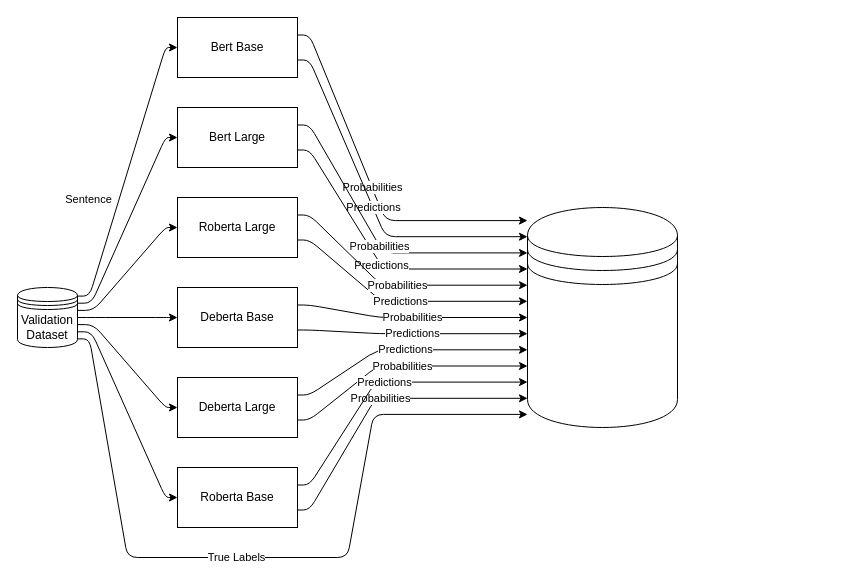
Earlier version of the draw.io diagram diagrams/models.drawio (diegodimer/valueeval24). Source tidied: cells renumbered, new cells numbered last; positions are measured from the earlier drawing's top-left corner, leaving out a move shared by most shapes. Both pictures are drawn from the tidied source at 100%, with x=0, y=0 at pixel (17, 17).
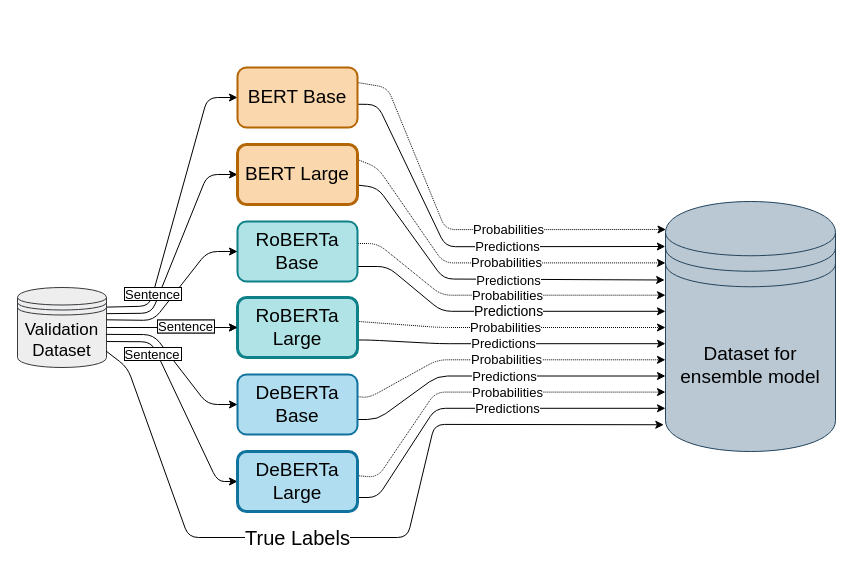
Above is the later version.

Change to the diagram source:
```diff
@@
-    <mxCell id="2" value="Probabilities" style="edgeStyle=none;html=1;noEdgeStyle=1;orthogonal=1;" parent="1" edge="1" source="4" target="29">
-      <mxGeometry relative="1" as="geometry">
-        <Array as="points">
-          <mxPoint x="292" y="17.5" />
-          <mxPoint x="368" y="203.1" />
-        </Array>
-      </mxGeometry>
-    </mxCell>
-    <mxCell id="3" value="Predictions" style="edgeStyle=none;html=1;noEdgeStyle=1;orthogonal=1;" parent="1" edge="1" source="4" target="29">
-      <mxGeometry relative="1" as="geometry">
-        <Array as="points">
-          <mxPoint x="292" y="42.5" />
-          <mxPoint x="368" y="219.2" />
-        </Array>
-      </mxGeometry>
-    </mxCell>
-    <mxCell id="4" value="Bert Base" style="rounded=0;whiteSpace=wrap;html=1;" parent="1" vertex="1">
-      <mxGeometry x="160" width="120" height="60" as="geometry" />
-    </mxCell>
-    <mxCell id="5" value="Bert Large" style="rounded=0;whiteSpace=wrap;html=1;" parent="1" vertex="1">
-      <mxGeometry x="160" y="90" width="120" height="60" as="geometry" />
-    </mxCell>
-    <mxCell id="6" value="Roberta Base" style="rounded=0;whiteSpace=wrap;html=1;" parent="1" vertex="1">
-      <mxGeometry x="160" y="450" width="120" height="60" as="geometry" />
-    </mxCell>
-    <mxCell id="7" value="Roberta Large" style="rounded=0;whiteSpace=wrap;html=1;" parent="1" vertex="1">
-      <mxGeometry x="160" y="180" width="120" height="60" as="geometry" />
-    </mxCell>
-    <mxCell id="8" value="Deberta Base" style="rounded=0;whiteSpace=wrap;html=1;" parent="1" vertex="1">
-      <mxGeometry x="160" y="270" width="120" height="60" as="geometry" />
-    </mxCell>
-    <mxCell id="9" value="Deberta Large" style="rounded=0;whiteSpace=wrap;html=1;" parent="1" vertex="1">
-      <mxGeometry x="160" y="360" width="120" height="60" as="geometry" />
-    </mxCell>
-    <mxCell id="10" style="edgeStyle=none;html=1;noEdgeStyle=1;orthogonal=1;" parent="1" edge="1" source="18" target="4">
-      <mxGeometry relative="1" as="geometry">
-        <Array as="points">
-          <mxPoint x="72" y="278.6" />
-          <mxPoint x="148" y="30" />
-        </Array>
-      </mxGeometry>
-    </mxCell>
-    <mxCell id="11" value="Sentence" style="edgeLabel;html=1;align=center;verticalAlign=middle;" parent="10" vertex="1">
-      <mxGeometry x="-0.88" y="2" relative="1" as="geometry">
-        <mxPoint x="-1" y="-92" as="offset" />
-      </mxGeometry>
-    </mxCell>
-    <mxCell id="12" style="edgeStyle=none;html=1;noEdgeStyle=1;orthogonal=1;" parent="1" edge="1" source="18" target="5">
-      <mxGeometry relative="1" as="geometry">
-        <Array as="points">
-          <mxPoint x="74" y="285.7" />
-          <mxPoint x="148" y="120" />
-        </Array>
-      </mxGeometry>
-    </mxCell>
-    <mxCell id="13" style="edgeStyle=none;html=1;noEdgeStyle=1;orthogonal=1;" parent="1" edge="1" source="18" target="6">
-      <mxGeometry relative="1" as="geometry">
-        <Array as="points">
-          <mxPoint x="74" y="314.3" />
-          <mxPoint x="148" y="480" />
-        </Array>
-      </mxGeometry>
-    </mxCell>
-    <mxCell id="14" style="edgeStyle=none;html=1;noEdgeStyle=1;orthogonal=1;" parent="1" edge="1" source="18" target="7">
-      <mxGeometry relative="1" as="geometry">
-        <Array as="points">
-          <mxPoint x="76" y="292.9" />
-          <mxPoint x="148" y="210" />
-        </Array>
-      </mxGeometry>
-    </mxCell>
-    <mxCell id="15" style="edgeStyle=none;html=1;noEdgeStyle=1;orthogonal=1;" parent="1" edge="1" source="18" target="8">
-      <mxGeometry relative="1" as="geometry">
-        <Array as="points">
-          <mxPoint x="78" y="300" />
-          <mxPoint x="148" y="300" />
-        </Array>
-      </mxGeometry>
-    </mxCell>
-    <mxCell id="16" style="edgeStyle=none;html=1;noEdgeStyle=1;orthogonal=1;" parent="1" edge="1" source="18" target="9">
-      <mxGeometry relative="1" as="geometry">
-        <Array as="points">
-          <mxPoint x="76" y="307.1" />
-          <mxPoint x="148" y="390" />
-        </Array>
-      </mxGeometry>
-    </mxCell>
+    <mxCell id="30" value="Probabilities" style="edgeStyle=none;html=1;noEdgeStyle=1;orthogonal=1;dashed=1;dashPattern=1 1;fontSize=13;entryX=0.003;entryY=0.112;entryDx=0;entryDy=0;entryPerimeter=0;exitX=1;exitY=0.25;exitDx=0;exitDy=0;" parent="1" edge="1" source="47" target="46">
+      <mxGeometry x="0.22" relative="1" as="geometry">
+        <Array as="points">
+          <mxPoint x="370" y="70" />
+          <mxPoint x="428" y="212.1" />
+        </Array>
+      </mxGeometry>
+    </mxCell>
+    <mxCell id="31" value="Predictions" style="edgeStyle=none;html=1;noEdgeStyle=1;orthogonal=1;fontSize=13;entryX=-0.001;entryY=0.18;entryDx=0;entryDy=0;entryPerimeter=0;exitX=0.986;exitY=0.612;exitDx=0;exitDy=0;exitPerimeter=0;" parent="1" edge="1" source="47" target="46">
+      <mxGeometry x="0.21" relative="1" as="geometry">
+        <Array as="points">
+          <mxPoint x="360" y="87" />
+          <mxPoint x="428" y="229.2" />
+        </Array>
+      </mxGeometry>
+    </mxCell>
+    <mxCell id="32" style="edgeStyle=none;html=1;noEdgeStyle=1;orthogonal=1;exitX=1.004;exitY=0.245;exitDx=0;exitDy=0;exitPerimeter=0;entryX=0;entryY=0.5;entryDx=0;entryDy=0;" parent="1" edge="1" source="18" target="47">
+      <mxGeometry relative="1" as="geometry">
+        <Array as="points">
+          <mxPoint x="132" y="288.6" />
+          <mxPoint x="190" y="80" />
+        </Array>
+      </mxGeometry>
+    </mxCell>
+    <mxCell id="33" style="edgeStyle=none;html=1;noEdgeStyle=1;orthogonal=1;exitX=0.998;exitY=0.327;exitDx=0;exitDy=0;exitPerimeter=0;entryX=0;entryY=0.5;entryDx=0;entryDy=0;" parent="1" edge="1" source="18" target="48">
+      <mxGeometry relative="1" as="geometry">
+        <Array as="points">
+          <mxPoint x="134" y="295.7" />
+          <mxPoint x="190" y="157" />
+        </Array>
+      </mxGeometry>
+    </mxCell>
+    <mxCell id="34" style="edgeStyle=none;html=1;noEdgeStyle=1;orthogonal=1;exitX=0.995;exitY=0.675;exitDx=0;exitDy=0;exitPerimeter=0;entryX=0;entryY=0.5;entryDx=0;entryDy=0;" parent="1" edge="1" source="18" target="52">
+      <mxGeometry relative="1" as="geometry">
+        <Array as="points">
+          <mxPoint x="134" y="324.3" />
+          <mxPoint x="200" y="464" />
+        </Array>
+      </mxGeometry>
+    </mxCell>
+    <mxCell id="35" style="edgeStyle=none;html=1;noEdgeStyle=1;orthogonal=1;" parent="1" edge="1">
+      <mxGeometry relative="1" as="geometry">
+        <mxPoint x="120" y="310" as="sourcePoint" />
+        <mxPoint x="220" y="310" as="targetPoint" />
+        <Array as="points">
+          <mxPoint x="138" y="310" />
+          <mxPoint x="208" y="310" />
+        </Array>
+      </mxGeometry>
+    </mxCell>
+    <mxCell id="36" value="Predictions" style="edgeStyle=none;html=1;noEdgeStyle=1;orthogonal=1;fontSize=13;entryX=-0.005;entryY=0.314;entryDx=0;entryDy=0;entryPerimeter=0;exitX=0.992;exitY=0.674;exitDx=0;exitDy=0;exitPerimeter=0;" parent="1" edge="1" source="48" target="46">
+      <mxGeometry x="0.12" y="-1" relative="1" as="geometry">
+        <Array as="points">
+          <mxPoint x="360" y="170" />
+          <mxPoint x="426" y="261.5" />
+        </Array>
+      </mxGeometry>
+    </mxCell>
+    <mxCell id="37" value="Predictions" style="edgeStyle=none;html=1;noEdgeStyle=1;orthogonal=1;fontSize=14;exitX=1;exitY=0.75;exitDx=0;exitDy=0;" parent="1" edge="1" source="49" target="46">
+      <mxGeometry x="0.03" relative="1" as="geometry">
+        <Array as="points">
+          <mxPoint x="370" y="249" />
+          <mxPoint x="424" y="293.8" />
+        </Array>
+      </mxGeometry>
+    </mxCell>
+    <mxCell id="38" value="Predictions" style="edgeStyle=none;html=1;noEdgeStyle=1;orthogonal=1;fontSize=13;" parent="1" edge="1" target="46">
+      <mxGeometry x="-0.05" relative="1" as="geometry">
+        <mxPoint x="340" y="322.5" as="sourcePoint" />
+        <Array as="points">
+          <mxPoint x="352" y="322.5" />
+          <mxPoint x="422" y="326.2" />
+        </Array>
+      </mxGeometry>
+    </mxCell>
+    <mxCell id="39" value="Probabilities" style="edgeStyle=none;html=1;noEdgeStyle=1;orthogonal=1;dashed=1;dashPattern=1 1;fontSize=13;exitX=1;exitY=0.25;exitDx=0;exitDy=0;" parent="1" edge="1" source="48" target="46">
+      <mxGeometry x="0.12" relative="1" as="geometry">
+        <Array as="points">
+          <mxPoint x="360" y="150" />
+          <mxPoint x="426" y="245.4" />
+        </Array>
+      </mxGeometry>
+    </mxCell>
+    <mxCell id="40" value="Probabilities" style="edgeStyle=none;html=1;noEdgeStyle=1;orthogonal=1;dashed=1;dashPattern=1 1;fontSize=13;exitX=1.004;exitY=0.367;exitDx=0;exitDy=0;exitPerimeter=0;" parent="1" edge="1" source="49" target="46">
+      <mxGeometry x="0.03" relative="1" as="geometry">
+        <Array as="points">
+          <mxPoint x="360" y="226" />
+          <mxPoint x="424" y="277.7" />
+        </Array>
+      </mxGeometry>
+    </mxCell>
+    <mxCell id="41" value="Probabilities" style="edgeStyle=none;html=1;noEdgeStyle=1;orthogonal=1;dashed=1;dashPattern=1 1;fontSize=13;exitX=0.998;exitY=0.398;exitDx=0;exitDy=0;exitPerimeter=0;" parent="1" edge="1" source="50" target="46">
+      <mxGeometry x="-0.04" relative="1" as="geometry">
+        <Array as="points">
+          <mxPoint x="422" y="310" />
+        </Array>
+      </mxGeometry>
+    </mxCell>
+    <mxCell id="42" value="Predictions" style="edgeStyle=none;html=1;noEdgeStyle=1;orthogonal=1;fontSize=13;exitX=1;exitY=0.75;exitDx=0;exitDy=0;" parent="1" edge="1" source="51" target="46">
+      <mxGeometry relative="1" as="geometry">
+        <Array as="points">
+          <mxPoint x="360" y="402" />
+          <mxPoint x="420" y="358.5" />
+        </Array>
+      </mxGeometry>
+    </mxCell>
+    <mxCell id="43" value="Probabilities" style="edgeStyle=none;html=1;noEdgeStyle=1;orthogonal=1;dashed=1;dashPattern=1 1;fontSize=13;exitX=1.001;exitY=0.372;exitDx=0;exitDy=0;exitPerimeter=0;" parent="1" edge="1" source="51" target="46">
+      <mxGeometry relative="1" as="geometry">
+        <Array as="points">
+          <mxPoint x="352" y="380" />
+          <mxPoint x="420" y="342.3" />
+        </Array>
+      </mxGeometry>
+    </mxCell>
+    <mxCell id="44" value="Predictions" style="edgeStyle=none;html=1;noEdgeStyle=1;orthogonal=1;fontSize=13;" parent="1" edge="1" target="46">
+      <mxGeometry x="0.11" relative="1" as="geometry">
+        <mxPoint x="341" y="480" as="sourcePoint" />
+        <Array as="points">
+          <mxPoint x="360" y="480" />
+          <mxPoint x="418" y="390.8" />
+        </Array>
+      </mxGeometry>
+    </mxCell>
+    <mxCell id="45" value="Probabilities" style="edgeStyle=none;html=1;noEdgeStyle=1;orthogonal=1;dashed=1;dashPattern=1 1;fontSize=13;exitX=0.998;exitY=0.402;exitDx=0;exitDy=0;exitPerimeter=0;" parent="1" edge="1" source="52" target="46">
+      <mxGeometry x="0.11" relative="1" as="geometry">
+        <Array as="points">
+          <mxPoint x="360" y="460" />
+          <mxPoint x="418" y="374.6" />
+        </Array>
+      </mxGeometry>
+    </mxCell>
+    <mxCell id="46" value="Dataset for ensemble model" style="shape=datastore;whiteSpace=wrap;html=1;fillColor=#bac8d3;strokeColor=#23445d;fontSize=19;" parent="1" vertex="1">
+      <mxGeometry x="648" y="184" width="170" height="250" as="geometry" />
+    </mxCell>
+    <mxCell id="18" value="&lt;font style=&quot;font-size: 17px;&quot;&gt;Validation Dataset&lt;/font&gt;" style="shape=datastore;whiteSpace=wrap;html=1;fillColor=#eeeeee;strokeColor=#36393d;fontSize=17;" parent="1" vertex="1">
+      <mxGeometry y="270" width="89" height="80" as="geometry" />
+    </mxCell>
+    <mxCell id="47" value="BERT Base" style="rounded=1;whiteSpace=wrap;html=1;fontSize=19;fillColor=#fad7ac;strokeColor=#b46504;strokeWidth=2;" parent="1" vertex="1">
+      <mxGeometry x="220" y="50" width="120" height="60" as="geometry" />
+    </mxCell>
+    <mxCell id="48" value="BERT Large" style="rounded=1;whiteSpace=wrap;html=1;fontSize=19;fillColor=#fad7ac;strokeColor=#b46504;strokeWidth=3;" parent="1" vertex="1">
+      <mxGeometry x="220" y="127" width="120" height="60" as="geometry" />
+    </mxCell>
+    <mxCell id="49" value="RoBERTa Base" style="rounded=1;whiteSpace=wrap;html=1;fontSize=19;fillColor=#b0e3e6;strokeColor=#0e8088;strokeWidth=2;" parent="1" vertex="1">
+      <mxGeometry x="220" y="204" width="120" height="60" as="geometry" />
+    </mxCell>
+    <mxCell id="50" value="RoBERTa Large" style="rounded=1;whiteSpace=wrap;html=1;fontSize=19;fillColor=#b0e3e6;strokeColor=#0e8088;strokeWidth=3;" parent="1" vertex="1">
+      <mxGeometry x="220" y="280" width="120" height="60" as="geometry" />
+    </mxCell>
+    <mxCell id="51" value="DeBERTa Base" style="rounded=1;whiteSpace=wrap;html=1;fontSize=19;fillColor=#b1ddf0;strokeColor=#10739e;strokeWidth=2;" parent="1" vertex="1">
+      <mxGeometry x="220" y="357" width="120" height="60" as="geometry" />
+    </mxCell>
+    <mxCell id="52" value="DeBERTa Large" style="rounded=1;whiteSpace=wrap;html=1;fontSize=19;fillColor=#b1ddf0;strokeColor=#10739e;strokeWidth=3;" parent="1" vertex="1">
+      <mxGeometry x="220" y="434" width="120" height="60" as="geometry" />
+    </mxCell>
+    <mxCell id="53" style="edgeStyle=none;html=1;noEdgeStyle=1;orthogonal=1;exitX=1.001;exitY=0.404;exitDx=0;exitDy=0;exitPerimeter=0;entryX=0;entryY=0.5;entryDx=0;entryDy=0;" parent="1" edge="1" source="18" target="49">
+      <mxGeometry relative="1" as="geometry">
+        <Array as="points">
+          <mxPoint x="136" y="302.9" />
+          <mxPoint x="190" y="234" />
+        </Array>
+      </mxGeometry>
+    </mxCell>
+    <mxCell id="54" style="edgeStyle=none;html=1;noEdgeStyle=1;orthogonal=1;exitX=1;exitY=0.5;exitDx=0;exitDy=0;" parent="1" edge="1" source="18">
+      <mxGeometry relative="1" as="geometry">
+        <mxPoint x="220" y="310" as="targetPoint" />
+        <Array as="points">
+          <mxPoint x="138" y="310" />
+          <mxPoint x="208" y="310" />
+        </Array>
+      </mxGeometry>
+    </mxCell>
+    <mxCell id="55" style="edgeStyle=none;html=1;noEdgeStyle=1;orthogonal=1;exitX=0.993;exitY=0.586;exitDx=0;exitDy=0;exitPerimeter=0;entryX=0;entryY=0.5;entryDx=0;entryDy=0;" parent="1" edge="1" source="18" target="51">
+      <mxGeometry relative="1" as="geometry">
+        <Array as="points">
+          <mxPoint x="136" y="317.1" />
+          <mxPoint x="190" y="387" />
+        </Array>
+      </mxGeometry>
+    </mxCell>
-    <mxCell id="17" value="True Labels" style="edgeStyle=none;html=1;noEdgeStyle=1;orthogonal=1;" parent="1" edge="1" source="18" target="29">
-      <mxGeometry x="-0.09" relative="1" as="geometry">
+    <mxCell id="17" value="&lt;font style=&quot;font-size: 20px;&quot;&gt;True Labels&lt;/font&gt;" style="edgeStyle=none;html=1;noEdgeStyle=1;orthogonal=1;exitX=0.996;exitY=0.795;exitDx=0;exitDy=0;exitPerimeter=0;entryX=-0.01;entryY=0.893;entryDx=0;entryDy=0;entryPerimeter=0;fontSize=20;" parent="1" edge="1" source="18" target="46">
+      <mxGeometry x="-0.18" relative="1" as="geometry">
         <Array as="points">
-          <mxPoint x="72" y="321.4" />
-          <mxPoint x="110" y="540" />
-          <mxPoint x="330" y="540" />
-          <mxPoint x="356" y="396.9" />
+          <mxPoint x="110" y="350" />
+          <mxPoint x="171" y="520" />
+          <mxPoint x="390" y="520" />
+          <mxPoint x="417" y="406.9" />
         </Array>
       </mxGeometry>
     </mxCell>
-    <mxCell id="18" value="Validation Dataset" style="shape=datastore;whiteSpace=wrap;html=1;" parent="1" vertex="1">
-      <mxGeometry y="270" width="60" height="60" as="geometry" />
-    </mxCell>
-    <mxCell id="19" value="Predictions" style="edgeStyle=none;html=1;noEdgeStyle=1;orthogonal=1;" parent="1" edge="1" source="5" target="29">
-      <mxGeometry relative="1" as="geometry">
-        <Array as="points">
-          <mxPoint x="292" y="132.5" />
-          <mxPoint x="366" y="251.5" />
-        </Array>
-      </mxGeometry>
-    </mxCell>
-    <mxCell id="20" value="Predictions" style="edgeStyle=none;html=1;noEdgeStyle=1;orthogonal=1;" parent="1" edge="1" source="7" target="29">
-      <mxGeometry relative="1" as="geometry">
-        <Array as="points">
-          <mxPoint x="292" y="222.5" />
-          <mxPoint x="364" y="283.8" />
-        </Array>
-      </mxGeometry>
-    </mxCell>
-    <mxCell id="21" value="Predictions" style="edgeStyle=none;html=1;noEdgeStyle=1;orthogonal=1;" parent="1" edge="1" source="8" target="29">
-      <mxGeometry relative="1" as="geometry">
-        <Array as="points">
-          <mxPoint x="292" y="312.5" />
-          <mxPoint x="362" y="316.2" />
-        </Array>
-      </mxGeometry>
-    </mxCell>
-    <mxCell id="22" value="Probabilities" style="edgeStyle=none;html=1;noEdgeStyle=1;orthogonal=1;" parent="1" edge="1" source="5" target="29">
-      <mxGeometry relative="1" as="geometry">
-        <Array as="points">
-          <mxPoint x="292" y="107.5" />
-          <mxPoint x="366" y="235.4" />
-        </Array>
-      </mxGeometry>
-    </mxCell>
-    <mxCell id="23" value="Probabilities" style="edgeStyle=none;html=1;noEdgeStyle=1;orthogonal=1;" parent="1" edge="1" source="7" target="29">
-      <mxGeometry relative="1" as="geometry">
-        <Array as="points">
-          <mxPoint x="292" y="197.5" />
-          <mxPoint x="364" y="267.7" />
-        </Array>
-      </mxGeometry>
-    </mxCell>
-    <mxCell id="24" value="Probabilities" style="edgeStyle=none;html=1;noEdgeStyle=1;orthogonal=1;" parent="1" edge="1" source="8" target="29">
-      <mxGeometry relative="1" as="geometry">
-        <Array as="points">
-          <mxPoint x="292" y="287.5" />
-          <mxPoint x="362" y="300" />
-        </Array>
-      </mxGeometry>
-    </mxCell>
-    <mxCell id="25" value="Probabilities" style="edgeStyle=none;html=1;noEdgeStyle=1;orthogonal=1;" parent="1" edge="1" source="9" target="29">
-      <mxGeometry relative="1" as="geometry">
-        <Array as="points">
-          <mxPoint x="292" y="402.5" />
-          <mxPoint x="360" y="348.5" />
-        </Array>
-      </mxGeometry>
-    </mxCell>
-    <mxCell id="26" value="Predictions" style="edgeStyle=none;html=1;noEdgeStyle=1;orthogonal=1;" parent="1" edge="1" source="9" target="29">
-      <mxGeometry relative="1" as="geometry">
-        <Array as="points">
-          <mxPoint x="292" y="377.5" />
-          <mxPoint x="360" y="332.3" />
-        </Array>
-      </mxGeometry>
-    </mxCell>
-    <mxCell id="27" value="Probabilities" style="edgeStyle=none;html=1;noEdgeStyle=1;orthogonal=1;" parent="1" edge="1" source="6" target="29">
-      <mxGeometry relative="1" as="geometry">
-        <Array as="points">
-          <mxPoint x="292" y="492.5" />
-          <mxPoint x="358" y="380.8" />
-        </Array>
-      </mxGeometry>
-    </mxCell>
-    <mxCell id="28" value="Predictions" style="edgeStyle=none;html=1;noEdgeStyle=1;orthogonal=1;" parent="1" edge="1" source="6" target="29">
-      <mxGeometry relative="1" as="geometry">
-        <Array as="points">
-          <mxPoint x="292" y="467.5" />
-          <mxPoint x="358" y="364.6" />
-        </Array>
-      </mxGeometry>
-    </mxCell>
-    <mxCell id="29" style="shape=datastore;whiteSpace=wrap;html=1;" parent="1" vertex="1">
-      <mxGeometry x="510" y="190" width="150" height="220" as="geometry" />
-    </mxCell>
+    <mxCell id="56" style="group;rotation=0;fillColor=#eeeeee;strokeColor=#36393d;" parent="1" vertex="1">
+      <mxGeometry x="107" y="270" width="57" height="13" as="geometry" />
+    </mxCell>
+    <mxCell id="57" style="rounded=0;whiteSpace=wrap;html=1;rotation=0;" parent="56" vertex="1">
+      <mxGeometry width="57" height="13" as="geometry" />
+    </mxCell>
+    <mxCell id="58" value="&lt;font style=&quot;font-size: 13px;&quot;&gt;Sentence&lt;/font&gt;" style="text;html=1;align=center;verticalAlign=middle;whiteSpace=wrap;rounded=0;fontSize=13;rotation=0;" parent="56" vertex="1">
+      <mxGeometry x="1" y="1" width="55" height="11" as="geometry" />
+    </mxCell>
+    <mxCell id="59" style="group;rotation=0;fillColor=#eeeeee;strokeColor=#36393d;fontSize=13;" parent="1" vertex="1">
+      <mxGeometry x="107" y="330" width="57" height="13" as="geometry" />
+    </mxCell>
+    <mxCell id="60" style="rounded=0;whiteSpace=wrap;html=1;rotation=0;" parent="59" vertex="1">
+      <mxGeometry width="57" height="13" as="geometry" />
+    </mxCell>
+    <mxCell id="61" value="&lt;font style=&quot;font-size: 13px;&quot;&gt;Sentence&lt;/font&gt;" style="text;html=1;align=center;verticalAlign=middle;whiteSpace=wrap;rounded=0;fontSize=13;rotation=0;" parent="59" vertex="1">
+      <mxGeometry y="2" width="56" height="9" as="geometry" />
+    </mxCell>
+    <mxCell id="62" style="group;rotation=0;fillColor=#eeeeee;strokeColor=#36393d;fontSize=13;" parent="1" vertex="1">
+      <mxGeometry x="140" y="302.5" width="57" height="13" as="geometry" />
+    </mxCell>
+    <mxCell id="63" style="rounded=0;whiteSpace=wrap;html=1;rotation=0;" parent="62" vertex="1">
+      <mxGeometry width="57" height="13" as="geometry" />
+    </mxCell>
+    <mxCell id="64" value="&lt;font style=&quot;font-size: 13px;&quot;&gt;Sentence&lt;/font&gt;" style="text;html=1;align=center;verticalAlign=middle;whiteSpace=wrap;rounded=0;fontSize=13;rotation=0;" parent="62" vertex="1">
+      <mxGeometry x="1" y="1" width="55" height="11" as="geometry" />
+    </mxCell>
```
